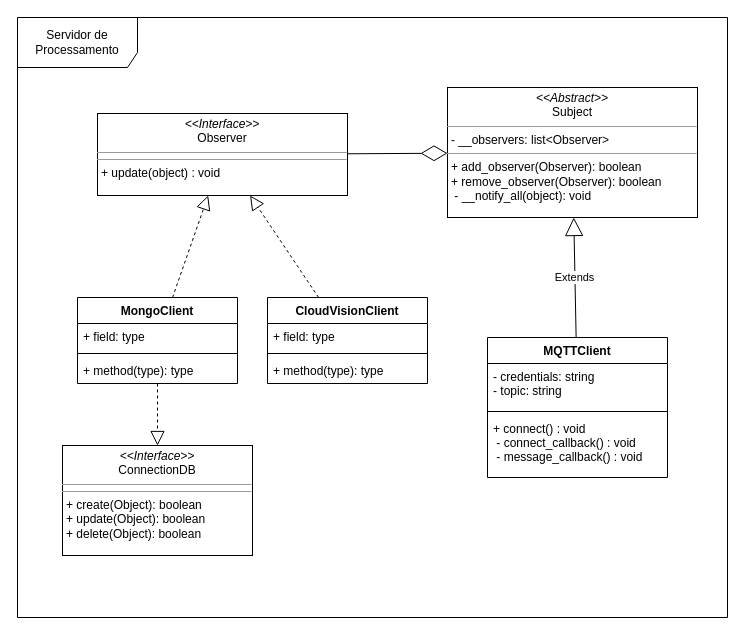
Above: schemas/processing-server-class-diagram.drawio in Smart-AniMon/docs (draw.io), before the change. Source tidied: cells renumbered, new cells numbered last; positions are measured from the earlier drawing's top-left corner, leaving out a move shared by most shapes. Both pictures are drawn from the tidied source at 100%, with x=0, y=0 at pixel (17, 17).
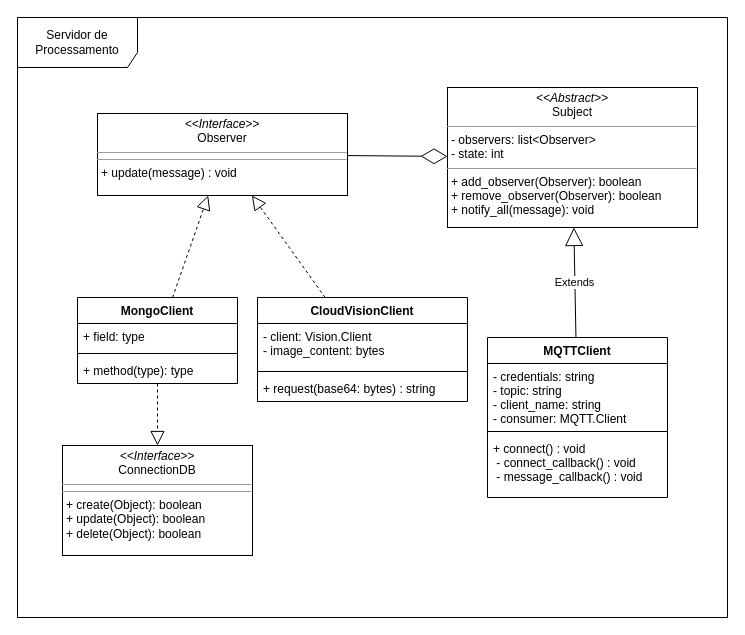
After the change.

Commit message (it also covers changes not shown here):
update processing class diagram

Diff of the diagram source:
```diff
@@
     <mxCell id="3" value="MQTTClient" style="swimlane;fontStyle=1;align=center;verticalAlign=top;horizontal=1;startSize=26;" parent="1" vertex="1">
-      <mxGeometry x="470" y="320" width="180" height="140" as="geometry" />
+      <mxGeometry x="470" y="320" width="180" height="160" as="geometry" />
     </mxCell>
-    <mxCell id="4" value="- credentials: string&#10;- topic: string&#10;" style="text;strokeColor=none;fillColor=none;align=left;verticalAlign=top;spacingLeft=4;spacingRight=4;overflow=hidden;" parent="3" vertex="1">
-      <mxGeometry y="26" width="180" height="44" as="geometry" />
+    <mxCell id="4" value="- credentials: string&#10;- topic: string&#10;- client_name: string&#10;- consumer: MQTT.Client&#10;&#10;" style="text;strokeColor=none;fillColor=none;align=left;verticalAlign=top;spacingLeft=4;spacingRight=4;overflow=hidden;" parent="3" vertex="1">
+      <mxGeometry y="26" width="180" height="64" as="geometry" />
     </mxCell>
     <mxCell id="5" style="line;strokeWidth=1;fillColor=none;align=left;verticalAlign=middle;spacingTop=-1;spacingLeft=3;spacingRight=3;labelPosition=right;" parent="3" vertex="1">
-      <mxGeometry y="70" width="180" height="8" as="geometry" />
+      <mxGeometry y="90" width="180" height="8" as="geometry" />
     </mxCell>
     <mxCell id="6" value="+ connect() : void&#10; - connect_callback() : void&#10; - message_callback() : void      &#10;" style="text;strokeColor=none;fillColor=none;align=left;verticalAlign=top;spacingLeft=4;spacingRight=4;overflow=hidden;" parent="3" vertex="1">
-      <mxGeometry y="78" width="180" height="62" as="geometry" />
+      <mxGeometry y="98" width="180" height="62" as="geometry" />
     </mxCell>
-    <mxCell id="7" value="&lt;p style=&quot;margin: 0px ; margin-top: 4px ; text-align: center&quot;&gt;&lt;i&gt;&amp;lt;&amp;lt;Abstract&amp;gt;&amp;gt;&lt;/i&gt;&lt;br&gt;Subject&lt;/p&gt;&lt;hr size=&quot;1&quot;&gt;&lt;p style=&quot;margin: 0px ; margin-left: 4px&quot;&gt;- __observers: list&amp;lt;Observer&amp;gt;&lt;/p&gt;&lt;hr size=&quot;1&quot;&gt;&lt;p style=&quot;margin: 0px ; margin-left: 4px&quot;&gt;+ add_observer(Observer): boolean&lt;/p&gt;&lt;p style=&quot;margin: 0px ; margin-left: 4px&quot;&gt;+ remove_observer(Observer): boolean&lt;/p&gt;&lt;p style=&quot;margin: 0px ; margin-left: 4px&quot;&gt;&amp;nbsp;- __notify_all(object): void&lt;br&gt;&lt;/p&gt;" style="verticalAlign=top;align=left;overflow=fill;fontSize=12;fontFamily=Helvetica;html=1;" parent="1" vertex="1">
-      <mxGeometry x="430" y="70" width="250" height="130" as="geometry" />
+    <mxCell id="7" value="&lt;p style=&quot;margin: 0px ; margin-top: 4px ; text-align: center&quot;&gt;&lt;i&gt;&amp;lt;&amp;lt;Abstract&amp;gt;&amp;gt;&lt;/i&gt;&lt;br&gt;Subject&lt;/p&gt;&lt;hr size=&quot;1&quot;&gt;&lt;p style=&quot;margin: 0px ; margin-left: 4px&quot;&gt;- observers: list&amp;lt;Observer&amp;gt;&lt;/p&gt;&lt;p style=&quot;margin: 0px ; margin-left: 4px&quot;&gt;- state: int&lt;br&gt;&lt;/p&gt;&lt;hr size=&quot;1&quot;&gt;&lt;p style=&quot;margin: 0px ; margin-left: 4px&quot;&gt;+ add_observer(Observer): boolean&lt;/p&gt;&lt;p style=&quot;margin: 0px ; margin-left: 4px&quot;&gt;+ remove_observer(Observer): boolean&lt;/p&gt;&lt;p style=&quot;margin: 0px ; margin-left: 4px&quot;&gt;+ notify_all(message): void&lt;br&gt;&lt;/p&gt;" style="verticalAlign=top;align=left;overflow=fill;fontSize=12;fontFamily=Helvetica;html=1;" parent="1" vertex="1">
+      <mxGeometry x="430" y="70" width="250" height="140" as="geometry" />
     </mxCell>
-    <mxCell id="8" value="&lt;p style=&quot;margin: 0px ; margin-top: 4px ; text-align: center&quot;&gt;&lt;i&gt;&amp;lt;&amp;lt;Interface&amp;gt;&amp;gt;&lt;/i&gt;&lt;br&gt;Observer&lt;/p&gt;&lt;hr size=&quot;1&quot;&gt;&lt;hr size=&quot;1&quot;&gt;&lt;p style=&quot;margin: 0px ; margin-left: 4px&quot;&gt;+ update(object) : void&lt;br&gt;&lt;/p&gt;" style="verticalAlign=top;align=left;overflow=fill;fontSize=12;fontFamily=Helvetica;html=1;" parent="1" vertex="1">
+    <mxCell id="8" value="&lt;p style=&quot;margin: 0px ; margin-top: 4px ; text-align: center&quot;&gt;&lt;i&gt;&amp;lt;&amp;lt;Interface&amp;gt;&amp;gt;&lt;/i&gt;&lt;br&gt;Observer&lt;/p&gt;&lt;hr size=&quot;1&quot;&gt;&lt;hr size=&quot;1&quot;&gt;&lt;p style=&quot;margin: 0px ; margin-left: 4px&quot;&gt;+ update(message) : void&lt;br&gt;&lt;/p&gt;" style="verticalAlign=top;align=left;overflow=fill;fontSize=12;fontFamily=Helvetica;html=1;" parent="1" vertex="1">
       <mxGeometry x="80" y="96" width="250" height="82" as="geometry" />
     </mxCell>
     <mxCell id="9" value="CloudVisionClient" style="swimlane;fontStyle=1;align=center;verticalAlign=top;horizontal=1;startSize=26;" parent="1" vertex="1">
-      <mxGeometry x="250" y="280" width="160" height="86" as="geometry" />
+      <mxGeometry x="240" y="280" width="210" height="104" as="geometry" />
     </mxCell>
-    <mxCell id="10" value="+ field: type" style="text;strokeColor=none;fillColor=none;align=left;verticalAlign=top;spacingLeft=4;spacingRight=4;overflow=hidden;" parent="9" vertex="1">
-      <mxGeometry y="26" width="160" height="26" as="geometry" />
+    <mxCell id="10" value="- client: Vision.Client&#10;- image_content: bytes&#10;" style="text;strokeColor=none;fillColor=none;align=left;verticalAlign=top;spacingLeft=4;spacingRight=4;overflow=hidden;" parent="9" vertex="1">
+      <mxGeometry y="26" width="210" height="44" as="geometry" />
     </mxCell>
     <mxCell id="11" style="line;strokeWidth=1;fillColor=none;align=left;verticalAlign=middle;spacingTop=-1;spacingLeft=3;spacingRight=3;labelPosition=right;" parent="9" vertex="1">
-      <mxGeometry y="52" width="160" height="8" as="geometry" />
+      <mxGeometry y="70" width="210" height="8" as="geometry" />
     </mxCell>
-    <mxCell id="12" value="+ method(type): type" style="text;strokeColor=none;fillColor=none;align=left;verticalAlign=top;spacingLeft=4;spacingRight=4;overflow=hidden;" parent="9" vertex="1">
-      <mxGeometry y="60" width="160" height="26" as="geometry" />
+    <mxCell id="12" value="+ request(base64: bytes) : string" style="text;strokeColor=none;fillColor=none;align=left;verticalAlign=top;spacingLeft=4;spacingRight=4;overflow=hidden;" parent="9" vertex="1">
+      <mxGeometry y="78" width="210" height="26" as="geometry" />
     </mxCell>
```
